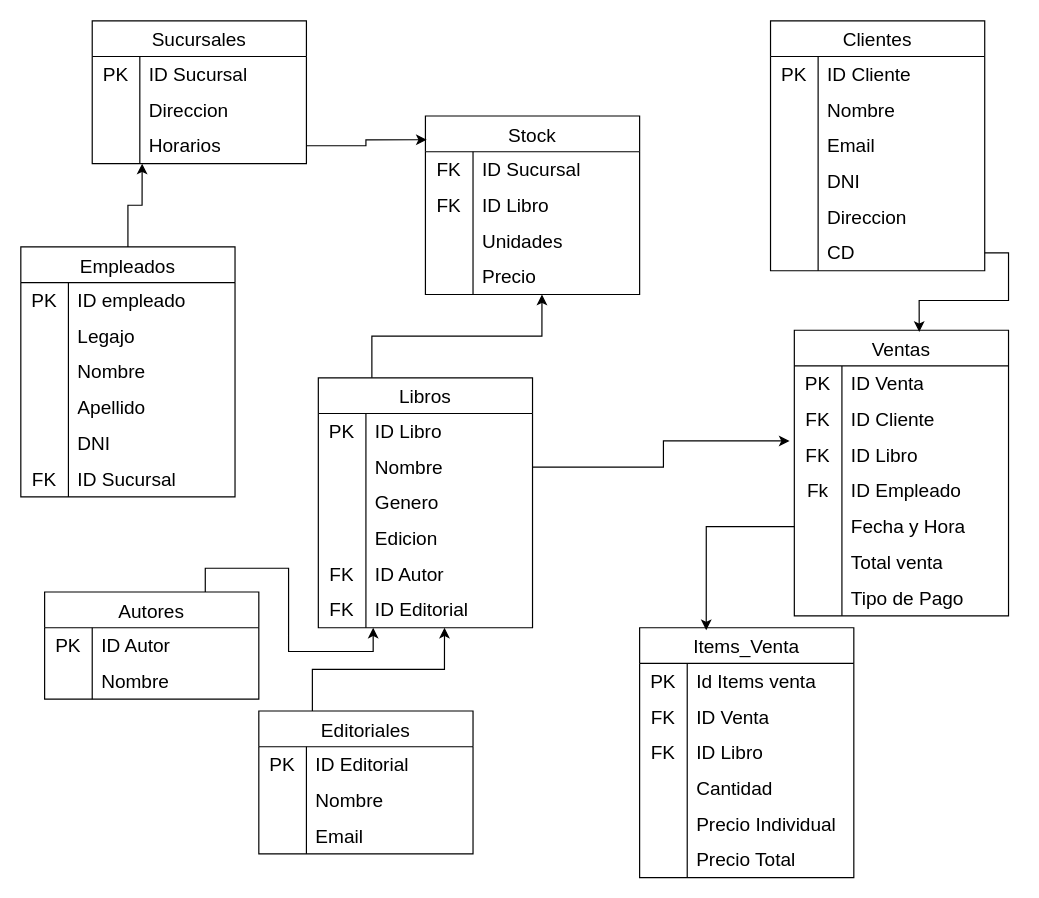
Before: Diagrama sin título.drawio in EzequielLST/SQL-Trabajo-final, a draw.io diagram. Source tidied: cells renumbered, new cells numbered last; positions are measured from the earlier drawing's top-left corner, leaving out a move shared by most shapes. Both pictures are drawn from the tidied source at 119%, with x=0, y=0 at pixel (20, 20).
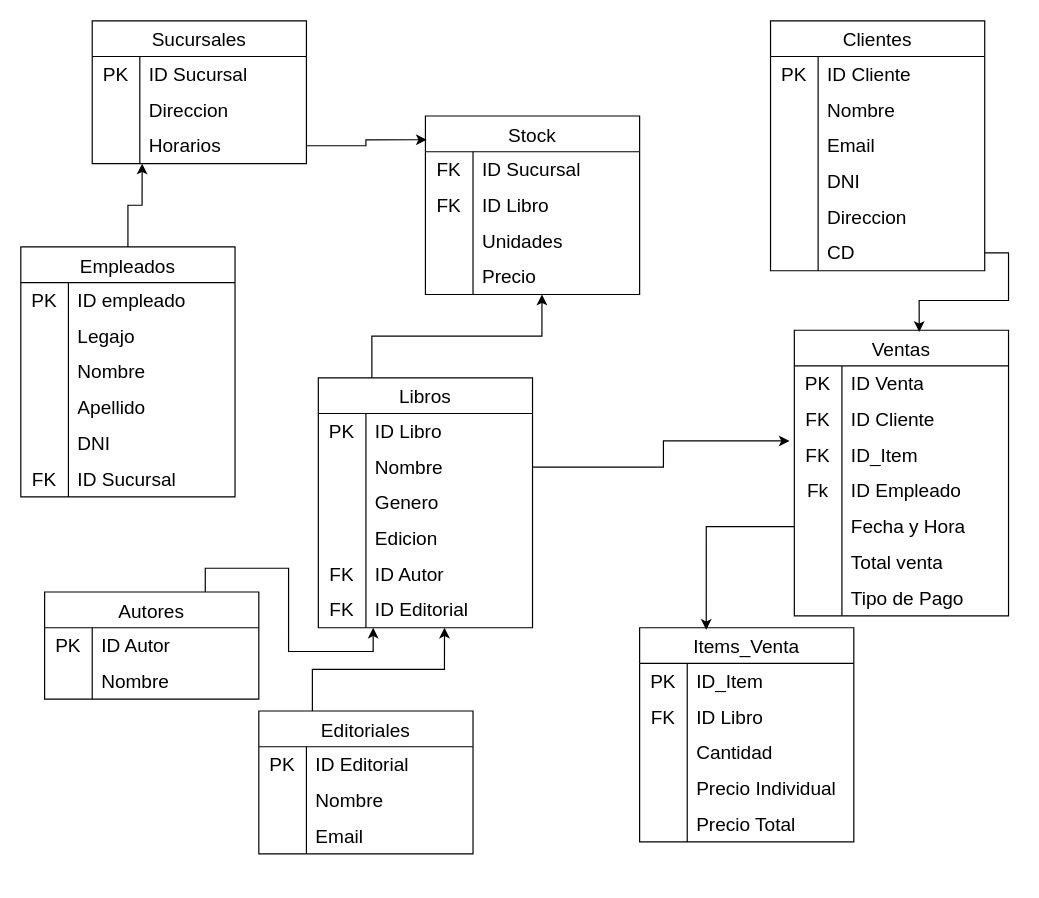
The same page after the edit.

Unchanged cells that the change refers to:
```xml
<mxCell id="108" style="shape=tableRow;horizontal=0;startSize=0;swimlaneHead=0;swimlaneBody=0;top=0;left=0;bottom=0;right=0;fillColor=none;points=[[0,0.5],[1,0.5]];portConstraint=eastwest;strokeColor=inherit;fontSize=16;" parent="101" vertex="1">
  <mxGeometry y="90" width="180" height="30" as="geometry" />
</mxCell>
<mxCell id="129" style="shape=tableRow;horizontal=0;startSize=0;swimlaneHead=0;swimlaneBody=0;top=0;left=0;bottom=0;right=0;fillColor=none;strokeColor=inherit;fontSize=16;" parent="128" vertex="1">
  <mxGeometry y="30" width="180" height="30" as="geometry" />
</mxCell>
```

The edit, as a diff of the source:
```diff
@@
-    <mxCell id="110" value="ID Libro" style="shape=partialRectangle;html=1;whiteSpace=wrap;fillColor=none;top=0;left=0;bottom=0;right=0;align=left;spacingLeft=6;overflow=hidden;strokeColor=inherit;fontSize=16;" parent="108" vertex="1">
+    <mxCell id="110" value="ID_Item" style="shape=partialRectangle;html=1;whiteSpace=wrap;fillColor=none;top=0;left=0;bottom=0;right=0;align=left;spacingLeft=6;overflow=hidden;strokeColor=inherit;fontSize=16;" parent="108" vertex="1">
       <mxGeometry x="40" width="140" height="30" as="geometry" />
     </mxCell>
@@
     <mxCell id="128" value="Items_Venta" style="shape=table;startSize=30;childLayout=tableLayout;rowLines=0;fontStyle=0;strokeColor=default;fontSize=16;" parent="1" vertex="1">
-      <mxGeometry x="520" y="510" width="180" height="210" as="geometry" />
+      <mxGeometry x="520" y="510" width="180" height="180" as="geometry" />
     </mxCell>
@@
-    <mxCell id="131" value="Id Items venta" style="shape=partialRectangle;html=1;whiteSpace=wrap;fillColor=none;top=0;left=0;bottom=0;right=0;align=left;spacingLeft=6;overflow=hidden;strokeColor=inherit;fontSize=16;" parent="129" vertex="1">
+    <mxCell id="131" value="ID_Item" style="shape=partialRectangle;html=1;whiteSpace=wrap;fillColor=none;top=0;left=0;bottom=0;right=0;align=left;spacingLeft=6;overflow=hidden;strokeColor=inherit;fontSize=16;" parent="129" vertex="1">
       <mxGeometry x="40" width="140" height="30" as="geometry" />
     </mxCell>
-    <mxCell id="132" style="shape=tableRow;horizontal=0;startSize=0;swimlaneHead=0;swimlaneBody=0;top=0;left=0;bottom=0;right=0;fillColor=none;strokeColor=inherit;fontSize=16;" parent="128" vertex="1">
-      <mxGeometry y="60" width="180" height="30" as="geometry" />
-    </mxCell>
-    <mxCell id="133" value="FK" style="shape=partialRectangle;html=1;whiteSpace=wrap;fillColor=none;top=0;left=0;bottom=0;right=0;overflow=hidden;strokeColor=inherit;fontSize=16;" parent="132" vertex="1">
-      <mxGeometry width="40" height="30" as="geometry" />
-    </mxCell>
-    <mxCell id="134" value="ID Venta" style="shape=partialRectangle;html=1;whiteSpace=wrap;fillColor=none;top=0;left=0;bottom=0;right=0;align=left;spacingLeft=6;overflow=hidden;strokeColor=inherit;fontSize=16;" parent="132" vertex="1">
-      <mxGeometry x="40" width="140" height="30" as="geometry" />
-    </mxCell>
     <mxCell id="135" style="shape=tableRow;horizontal=0;startSize=0;swimlaneHead=0;swimlaneBody=0;top=0;left=0;bottom=0;right=0;fillColor=none;strokeColor=inherit;fontSize=16;" parent="128" vertex="1">
-      <mxGeometry y="90" width="180" height="30" as="geometry" />
+      <mxGeometry y="60" width="180" height="30" as="geometry" />
     </mxCell>
@@
     <mxCell id="138" style="shape=tableRow;horizontal=0;startSize=0;swimlaneHead=0;swimlaneBody=0;top=0;left=0;bottom=0;right=0;fillColor=none;strokeColor=inherit;fontSize=16;" parent="128" vertex="1">
-      <mxGeometry y="120" width="180" height="30" as="geometry" />
+      <mxGeometry y="90" width="180" height="30" as="geometry" />
     </mxCell>
@@
     <mxCell id="141" style="shape=tableRow;horizontal=0;startSize=0;swimlaneHead=0;swimlaneBody=0;top=0;left=0;bottom=0;right=0;fillColor=none;strokeColor=inherit;fontSize=16;" parent="128" vertex="1">
-      <mxGeometry y="150" width="180" height="30" as="geometry" />
+      <mxGeometry y="120" width="180" height="30" as="geometry" />
     </mxCell>
@@
     <mxCell id="144" style="shape=tableRow;horizontal=0;startSize=0;swimlaneHead=0;swimlaneBody=0;top=0;left=0;bottom=0;right=0;fillColor=none;strokeColor=inherit;fontSize=16;" parent="128" vertex="1">
-      <mxGeometry y="180" width="180" height="30" as="geometry" />
+      <mxGeometry y="150" width="180" height="30" as="geometry" />
     </mxCell>
```
